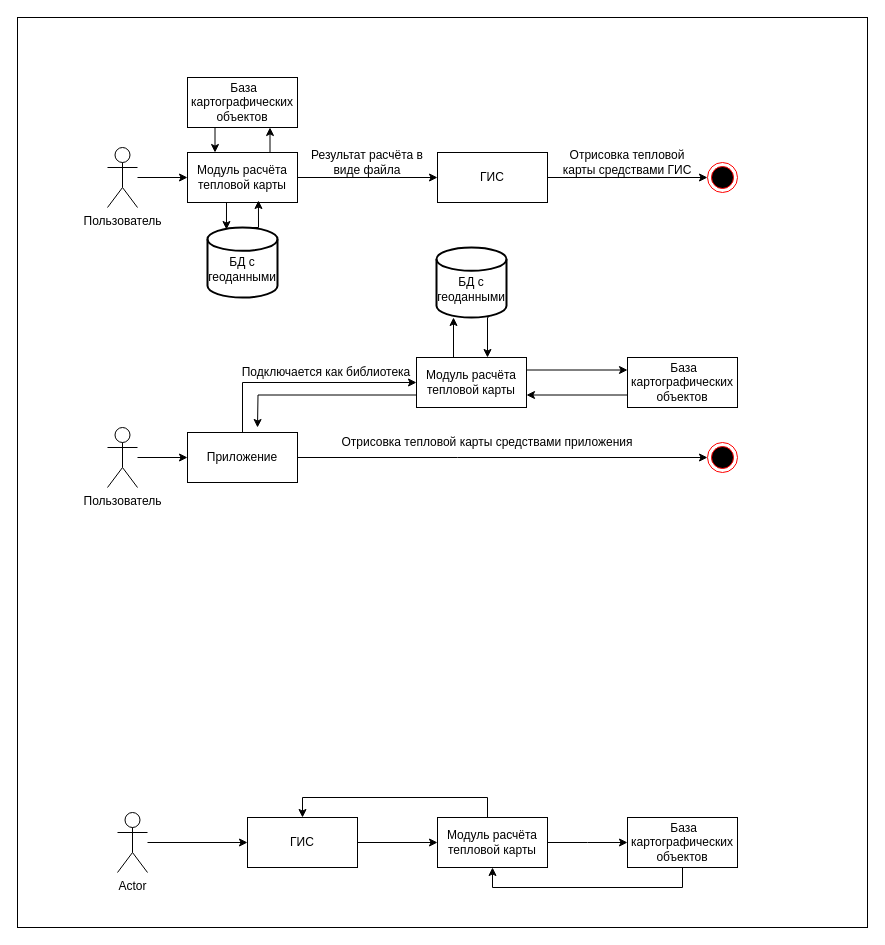
Earlier version of the draw.io diagram Диаграмма артитектуры модуля.drawio (KirMaid/OsmApiClient). Source tidied: cells renumbered, new cells numbered last; positions are measured from the earlier drawing's top-left corner, leaving out a move shared by most shapes. Both pictures are drawn from the tidied source at 100%, with x=0, y=0 at pixel (17, 17).
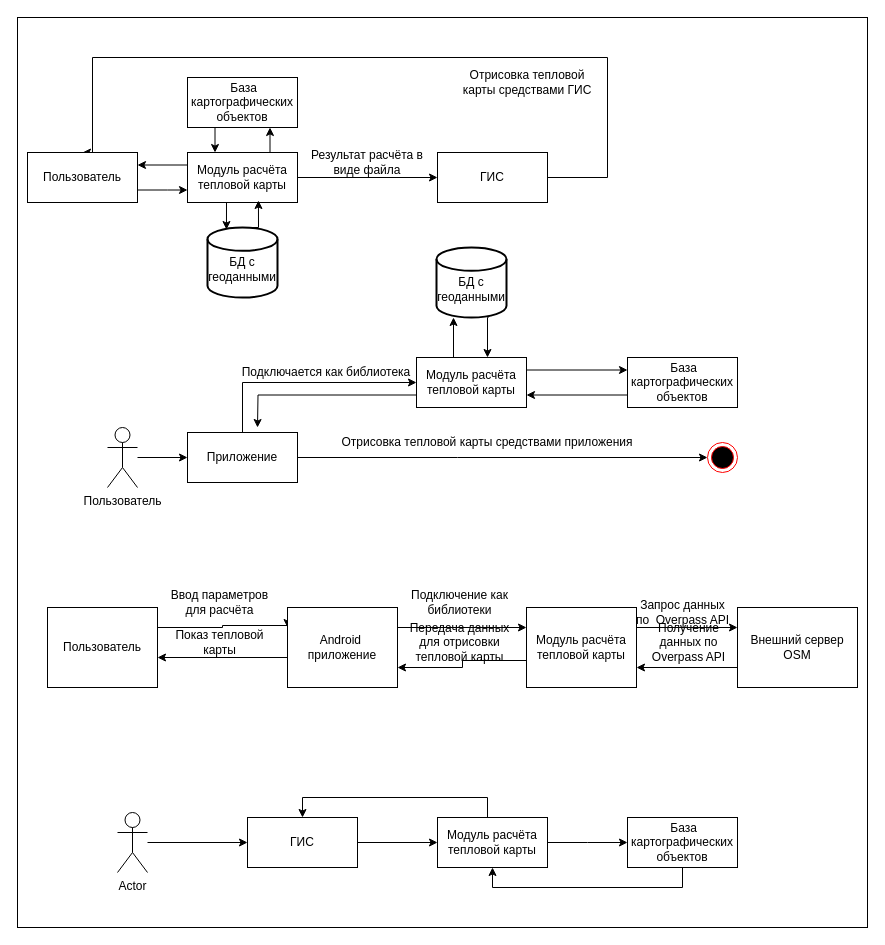
Above is the later version.

The change refers to these unchanged cells:
```xml
<mxCell id="16" value="ГИС" style="html=1;whiteSpace=wrap;" parent="1" vertex="1">
  <mxGeometry x="420" y="135" width="110" height="50" as="geometry" />
</mxCell>
<mxCell id="32" value="Модуль расчёта тепловой карты" style="html=1;whiteSpace=wrap;" parent="1" vertex="1">
  <mxGeometry x="170" y="135" width="110" height="50" as="geometry" />
</mxCell>
```

Diff of the diagram source:
```diff
@@
-    <mxCell id="13" style="edgeStyle=orthogonalEdgeStyle;rounded=0;jettySize=auto;html=1;entryX=0;entryY=0.5;entryDx=0;entryDy=0;" parent="1" edge="1" source="14" target="32">
-      <mxGeometry relative="1" as="geometry" />
-    </mxCell>
-    <mxCell id="14" value="Пользователь" style="shape=umlActor;verticalLabelPosition=bottom;verticalAlign=top;html=1;" parent="1" vertex="1">
-      <mxGeometry x="90" y="130" width="30" height="60" as="geometry" />
-    </mxCell>
-    <mxCell id="15" style="edgeStyle=orthogonalEdgeStyle;rounded=0;jettySize=auto;html=1;entryX=0;entryY=0.5;entryDx=0;entryDy=0;" parent="1" edge="1" source="16" target="34">
-      <mxGeometry relative="1" as="geometry" />
+    <mxCell id="15" style="edgeStyle=orthogonalEdgeStyle;rounded=0;jettySize=auto;html=1;entryX=0.5;entryY=0;entryDx=0;entryDy=0;" parent="1" edge="1" source="16" target="45">
+      <mxGeometry relative="1" as="geometry">
+        <Array as="points">
+          <mxPoint x="590" y="160" />
+          <mxPoint x="590" y="40" />
+          <mxPoint x="75" y="40" />
+        </Array>
+      </mxGeometry>
     </mxCell>
@@
+    <mxCell id="43" style="edgeStyle=orthogonalEdgeStyle;rounded=0;jettySize=auto;html=1;entryX=1;entryY=0.25;entryDx=0;entryDy=0;exitX=0;exitY=0.25;exitDx=0;exitDy=0;" parent="1" edge="1" source="32" target="45">
+      <mxGeometry relative="1" as="geometry" />
+    </mxCell>
@@
-    <mxCell id="34" style="ellipse;html=1;shape=endState;fillColor=#000000;strokeColor=#ff0000;" parent="1" vertex="1">
-      <mxGeometry x="690" y="145" width="30" height="30" as="geometry" />
-    </mxCell>
     <mxCell id="35" value="Отрисовка тепловой карты средствами ГИС" style="text;html=1;strokeColor=none;fillColor=none;align=center;verticalAlign=middle;whiteSpace=wrap;rounded=0;" parent="1" vertex="1">
-      <mxGeometry x="540" y="130" width="140" height="30" as="geometry" />
+      <mxGeometry x="440" y="50" width="140" height="30" as="geometry" />
     </mxCell>
@@
+    <mxCell id="44" style="edgeStyle=orthogonalEdgeStyle;rounded=0;jettySize=auto;html=1;entryX=0;entryY=0.75;entryDx=0;entryDy=0;" parent="1" edge="1" source="45" target="32">
+      <mxGeometry relative="1" as="geometry">
+        <Array as="points">
+          <mxPoint x="150" y="173" />
+        </Array>
+      </mxGeometry>
+    </mxCell>
+    <mxCell id="45" value="Пользователь" style="html=1;whiteSpace=wrap;" parent="1" vertex="1">
+      <mxGeometry x="10" y="135" width="110" height="50" as="geometry" />
+    </mxCell>
+    <mxCell id="46" style="edgeStyle=orthogonalEdgeStyle;rounded=0;jettySize=auto;html=1;exitX=1;exitY=0.25;exitDx=0;exitDy=0;entryX=0;entryY=0.25;entryDx=0;entryDy=0;" parent="1" edge="1" source="47" target="50">
+      <mxGeometry relative="1" as="geometry">
+        <Array as="points">
+          <mxPoint x="205" y="610" />
+          <mxPoint x="205" y="608" />
+        </Array>
+      </mxGeometry>
+    </mxCell>
+    <mxCell id="47" value="Пользователь" style="html=1;whiteSpace=wrap;" parent="1" vertex="1">
+      <mxGeometry x="30" y="590" width="110" height="80" as="geometry" />
+    </mxCell>
+    <mxCell id="48" style="edgeStyle=orthogonalEdgeStyle;rounded=0;jettySize=auto;html=1;exitX=0;exitY=0.75;exitDx=0;exitDy=0;" parent="1" edge="1" source="50">
+      <mxGeometry relative="1" as="geometry">
+        <mxPoint x="140" y="640" as="targetPoint" />
+        <Array as="points">
+          <mxPoint x="270" y="640" />
+        </Array>
+      </mxGeometry>
+    </mxCell>
+    <mxCell id="49" style="edgeStyle=orthogonalEdgeStyle;rounded=0;jettySize=auto;html=1;exitX=1;exitY=0.25;exitDx=0;exitDy=0;entryX=0;entryY=0.25;entryDx=0;entryDy=0;" parent="1" edge="1" source="50" target="55">
+      <mxGeometry relative="1" as="geometry" />
+    </mxCell>
+    <mxCell id="50" value="Android&amp;nbsp; приложение" style="html=1;whiteSpace=wrap;" parent="1" vertex="1">
+      <mxGeometry x="270" y="590" width="110" height="80" as="geometry" />
+    </mxCell>
+    <mxCell id="51" value="Ввод параметров для расчёта" style="text;html=1;strokeColor=none;fillColor=none;align=center;verticalAlign=middle;whiteSpace=wrap;rounded=0;" parent="1" vertex="1">
+      <mxGeometry x="150" y="570" width="105" height="30" as="geometry" />
+    </mxCell>
+    <mxCell id="52" value="Показ тепловой карты" style="text;html=1;strokeColor=none;fillColor=none;align=center;verticalAlign=middle;whiteSpace=wrap;rounded=0;" parent="1" vertex="1">
+      <mxGeometry x="150" y="610" width="105" height="30" as="geometry" />
+    </mxCell>
+    <mxCell id="53" style="edgeStyle=orthogonalEdgeStyle;rounded=0;jettySize=auto;html=1;exitX=0;exitY=0.75;exitDx=0;exitDy=0;entryX=1;entryY=0.75;entryDx=0;entryDy=0;" parent="1" edge="1" source="55" target="50">
+      <mxGeometry relative="1" as="geometry">
+        <Array as="points">
+          <mxPoint x="509" y="643" />
+          <mxPoint x="445" y="643" />
+        </Array>
+      </mxGeometry>
+    </mxCell>
+    <mxCell id="54" style="edgeStyle=orthogonalEdgeStyle;rounded=0;jettySize=auto;html=1;exitX=1;exitY=0.25;exitDx=0;exitDy=0;entryX=0;entryY=0.25;entryDx=0;entryDy=0;" parent="1" edge="1" source="55" target="59">
+      <mxGeometry relative="1" as="geometry" />
+    </mxCell>
+    <mxCell id="55" value="Модуль расчёта тепловой карты" style="html=1;whiteSpace=wrap;" parent="1" vertex="1">
+      <mxGeometry x="509" y="590" width="110" height="80" as="geometry" />
+    </mxCell>
+    <mxCell id="56" value="Подключение как библиотеки" style="text;html=1;strokeColor=none;fillColor=none;align=center;verticalAlign=middle;whiteSpace=wrap;rounded=0;" parent="1" vertex="1">
+      <mxGeometry x="390" y="570" width="105" height="30" as="geometry" />
+    </mxCell>
+    <mxCell id="57" value="Передача данных для отрисовки тепловой карты" style="text;html=1;strokeColor=none;fillColor=none;align=center;verticalAlign=middle;whiteSpace=wrap;rounded=0;" parent="1" vertex="1">
+      <mxGeometry x="390" y="610" width="105" height="30" as="geometry" />
+    </mxCell>
+    <mxCell id="58" style="edgeStyle=orthogonalEdgeStyle;rounded=0;jettySize=auto;html=1;exitX=0;exitY=0.75;exitDx=0;exitDy=0;entryX=1;entryY=0.75;entryDx=0;entryDy=0;" parent="1" edge="1" source="59" target="55">
+      <mxGeometry relative="1" as="geometry" />
+    </mxCell>
+    <mxCell id="59" value="Внешний сервер OSM" style="rounded=0;whiteSpace=wrap;html=1;" parent="1" vertex="1">
+      <mxGeometry x="720" y="590" width="120" height="80" as="geometry" />
+    </mxCell>
+    <mxCell id="60" value="Запрос данных по&amp;nbsp; Overpass API" style="text;html=1;strokeColor=none;fillColor=none;align=center;verticalAlign=middle;whiteSpace=wrap;rounded=0;" parent="1" vertex="1">
+      <mxGeometry x="612.5" y="580" width="105" height="30" as="geometry" />
+    </mxCell>
+    <mxCell id="61" value="Получение данных по Overpass API" style="text;html=1;strokeColor=none;fillColor=none;align=center;verticalAlign=middle;whiteSpace=wrap;rounded=0;" parent="1" vertex="1">
+      <mxGeometry x="619" y="610" width="105" height="30" as="geometry" />
+    </mxCell>
```
